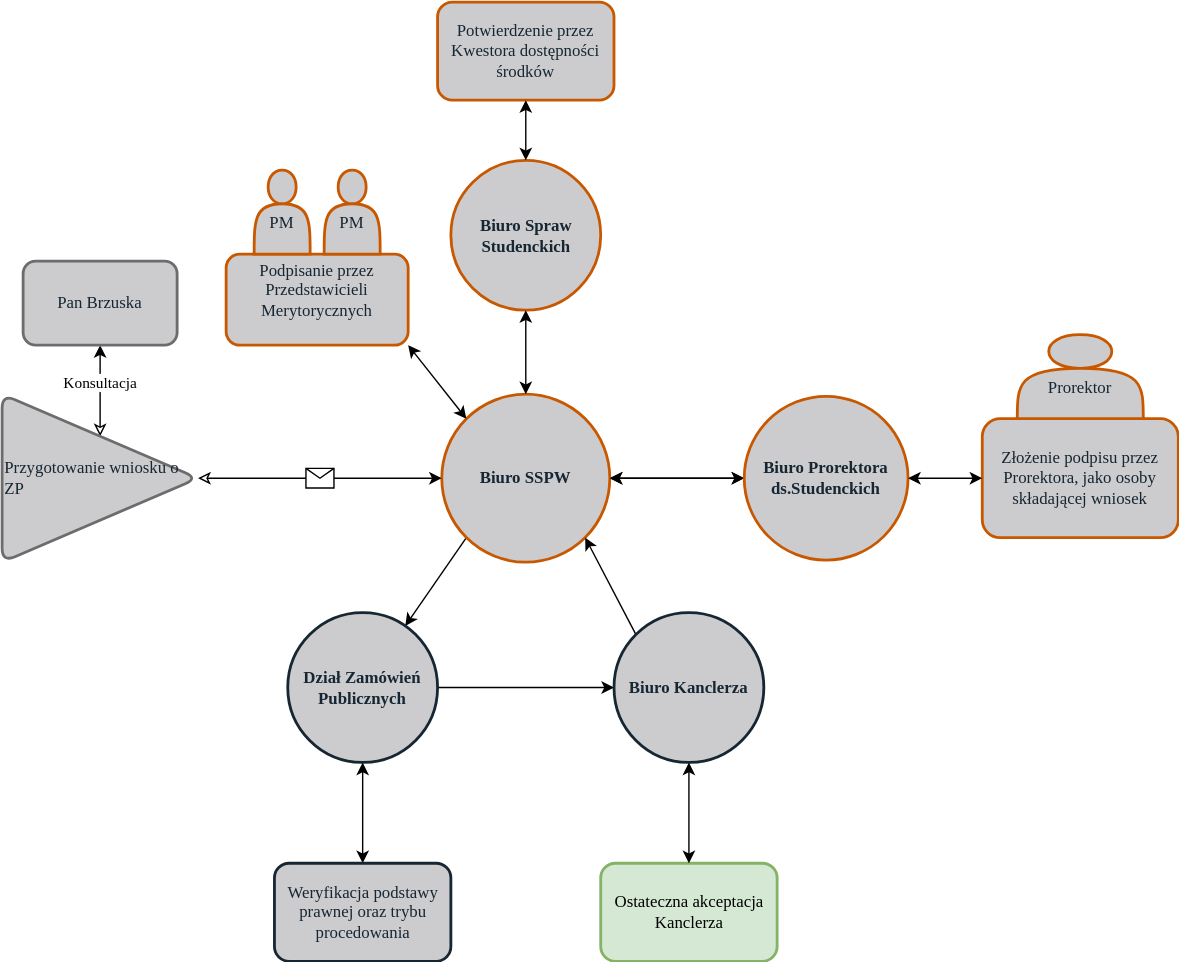
The draw.io diagram Rysunek ZP.svg in WelfareUnit/rysunki, before a commit. Source tidied: cells renumbered, new cells last; positions are measured from the earlier drawing's top-left corner, leaving out a move shared by most shapes. Its diagram source:
```xml
<mxGraphModel>
  <root>
    <mxCell id="0" />
    <mxCell id="1" parent="0" />
    <mxCell id="2" value="&lt;div style=&quot;font-size: 11px;&quot;&gt;Konsultacja&lt;/div&gt;" style="edgeStyle=orthogonalEdgeStyle;rounded=0;jettySize=auto;html=1;exitX=0.5;exitY=0;exitDx=0;exitDy=0;entryX=0.5;entryY=1;entryDx=0;entryDy=0;fontFamily=Verdana;startArrow=classic;startFill=0;fontSize=11;" parent="1" edge="1" source="3" target="7">
      <mxGeometry relative="1" as="geometry" />
    </mxCell>
    <mxCell id="3" value="Przygotowanie wniosku o ZP" style="triangle;whiteSpace=wrap;html=1;fontFamily=Verdana;align=left;strokeWidth=2;rounded=1;fillColor=#cccccf;strokeColor=#6C6C6C;fontColor=#162632;" parent="1" vertex="1">
      <mxGeometry y="280" width="140" height="120" as="geometry" />
    </mxCell>
    <mxCell id="4" style="edgeStyle=none;jettySize=auto;html=1;fontFamily=Verdana;fontSize=12;fontColor=#162632;startArrow=classic;" parent="1" edge="1" source="6" target="17">
      <mxGeometry relative="1" as="geometry" />
    </mxCell>
    <mxCell id="5" style="edgeStyle=none;jettySize=auto;html=1;exitX=0;exitY=1;exitDx=0;exitDy=0;fontFamily=Verdana;fontSize=12;fontColor=#162632;startArrow=none;startFill=0;" parent="1" edge="1" source="6" target="22">
      <mxGeometry relative="1" as="geometry" />
    </mxCell>
    <mxCell id="6" value="&lt;div style=&quot;font-size: 12px;&quot;&gt;Biuro SSPW&lt;br style=&quot;font-size: 12px;&quot;&gt;&lt;/div&gt;" style="ellipse;whiteSpace=wrap;html=1;rounded=1;fontFamily=Verdana;fontSize=12;strokeWidth=2;fillColor=#CCCCCF;align=center;strokeColor=#C85800;fontStyle=1;fontColor=#162632;" parent="1" vertex="1">
      <mxGeometry x="314" y="280" width="120" height="120" as="geometry" />
    </mxCell>
    <mxCell id="7" value="Pan Brzuska" style="rounded=1;whiteSpace=wrap;html=1;fontFamily=Verdana;fontSize=12;strokeColor=#6C6C6C;strokeWidth=2;fillColor=#CCCCCF;align=center;fontColor=#162632;" parent="1" vertex="1">
      <mxGeometry x="15" y="185" width="110" height="60" as="geometry" />
    </mxCell>
    <mxCell id="8" style="endArrow=classic;html=1;fontFamily=Verdana;fontSize=12;fontColor=#162632;exitX=1;exitY=0.5;exitDx=0;exitDy=0;entryX=0;entryY=0.5;entryDx=0;entryDy=0;startArrow=classic;startFill=0;" parent="1" edge="1" source="3" target="6">
      <mxGeometry relative="1" as="geometry" />
    </mxCell>
    <mxCell id="9" style="shape=message;html=1;" parent="8" vertex="1">
      <mxGeometry width="20" height="14" relative="1" as="geometry">
        <mxPoint x="-10" y="-7" as="offset" />
      </mxGeometry>
    </mxCell>
    <mxCell id="10" style="endArrow=classic;startArrow=classic;html=1;fontFamily=Verdana;fontSize=12;fontColor=#162632;entryX=1;entryY=1;entryDx=0;entryDy=0;exitX=0;exitY=0;exitDx=0;exitDy=0;" parent="1" edge="1" source="6" target="11">
      <mxGeometry relative="1" as="geometry" />
    </mxCell>
    <mxCell id="11" value="&#10;Podpisanie przez Przedstawicieli Merytorycznych&#10;&#10;" style="rounded=1;whiteSpace=wrap;html=1;fontFamily=Verdana;fontSize=12;fontColor=#162632;strokeWidth=2;fillColor=#CCCCCF;align=center;strokeColor=#C85800;labelPosition=center;verticalLabelPosition=middle;verticalAlign=middle;" parent="1" vertex="1">
      <mxGeometry x="160" y="180" width="130" height="65" as="geometry" />
    </mxCell>
    <mxCell id="12" style="endArrow=classic;startArrow=classic;html=1;fontFamily=Verdana;fontSize=12;fontColor=#162632;entryX=1;entryY=0.5;entryDx=0;entryDy=0;exitX=0;exitY=0.5;exitDx=0;exitDy=0;" parent="1" edge="1" source="17" target="6">
      <mxGeometry relative="1" as="geometry" />
    </mxCell>
    <mxCell id="13" value="Biuro Spraw Studenckich" style="ellipse;whiteSpace=wrap;html=1;rounded=1;fontFamily=Verdana;fontSize=12;fontColor=#162632;strokeColor=#C85800;strokeWidth=2;fillColor=#CCCCCF;align=center;fontStyle=1;" parent="1" vertex="1">
      <mxGeometry x="320.5" y="113" width="107" height="107" as="geometry" />
    </mxCell>
    <mxCell id="14" style="endArrow=classic;startArrow=classic;html=1;fontFamily=Verdana;fontSize=12;fontColor=#162632;exitX=0.5;exitY=0;exitDx=0;exitDy=0;entryX=0.5;entryY=1;entryDx=0;entryDy=0;" parent="1" edge="1" source="6" target="13">
      <mxGeometry relative="1" as="geometry" />
    </mxCell>
    <mxCell id="15" value="Potwierdzenie przez Kwestora dostępności środków" style="rounded=1;whiteSpace=wrap;html=1;fontFamily=Verdana;fontSize=12;fontColor=#162632;strokeColor=#C85800;strokeWidth=2;fillColor=#CCCCCF;align=center;" parent="1" vertex="1">
      <mxGeometry x="311" width="126" height="70" as="geometry" />
    </mxCell>
    <mxCell id="16" style="endArrow=classic;startArrow=classic;html=1;fontFamily=Verdana;fontSize=12;fontColor=#162632;exitX=0.5;exitY=0;exitDx=0;exitDy=0;entryX=0.5;entryY=1;entryDx=0;entryDy=0;" parent="1" edge="1" source="13" target="15">
      <mxGeometry relative="1" as="geometry" />
    </mxCell>
    <mxCell id="17" value="Biuro Prorektora ds.Studenckich" style="ellipse;whiteSpace=wrap;html=1;rounded=1;fontFamily=Verdana;fontSize=12;fontColor=#162632;strokeColor=#C85800;strokeWidth=2;fillColor=#CCCCCF;align=center;fontStyle=1;" parent="1" vertex="1">
      <mxGeometry x="530" y="281.5" width="117" height="117" as="geometry" />
    </mxCell>
    <mxCell id="18" value="Złożenie podpisu przez Prorektora, jako osoby składającej wniosek" style="rounded=1;whiteSpace=wrap;html=1;fontFamily=Verdana;fontSize=12;fontColor=#162632;strokeColor=#C85800;strokeWidth=2;fillColor=#CCCCCF;align=center;" parent="1" vertex="1">
      <mxGeometry x="700" y="297.5" width="140" height="85" as="geometry" />
    </mxCell>
    <mxCell id="19" style="endArrow=classic;startArrow=classic;html=1;fontFamily=Verdana;fontSize=12;fontColor=#162632;entryX=1;entryY=0.5;entryDx=0;entryDy=0;exitX=0;exitY=0.5;exitDx=0;exitDy=0;" parent="1" edge="1" source="18" target="17">
      <mxGeometry relative="1" as="geometry" />
    </mxCell>
    <mxCell id="20" value="&lt;div&gt;&lt;br&gt;&lt;/div&gt;&lt;div&gt;Prorektor&lt;/div&gt;" style="shape=actor;whiteSpace=wrap;html=1;rounded=1;fontFamily=Verdana;fontSize=12;fontColor=#162632;strokeColor=#C85800;strokeWidth=2;fillColor=#CCCCCF;align=center;" parent="1" vertex="1">
      <mxGeometry x="725" y="237.5" width="90" height="60" as="geometry" />
    </mxCell>
    <mxCell id="21" style="edgeStyle=none;jettySize=auto;html=1;exitX=1;exitY=0.5;exitDx=0;exitDy=0;entryX=0;entryY=0.5;entryDx=0;entryDy=0;fontFamily=Verdana;fontSize=12;fontColor=#162632;startArrow=none;startFill=0;" parent="1" edge="1" source="22" target="24">
      <mxGeometry relative="1" as="geometry" />
    </mxCell>
    <mxCell id="22" value="Dział Zamówień Publicznych" style="ellipse;whiteSpace=wrap;html=1;rounded=1;fontFamily=Verdana;fontSize=12;fontColor=#162632;strokeWidth=2;fillColor=#CCCCCF;align=center;fontStyle=1;strokeColor=#162632;" parent="1" vertex="1">
      <mxGeometry x="204" y="436" width="107" height="107" as="geometry" />
    </mxCell>
    <mxCell id="23" style="edgeStyle=none;jettySize=auto;html=1;exitX=0;exitY=0;exitDx=0;exitDy=0;entryX=1;entryY=1;entryDx=0;entryDy=0;fontFamily=Verdana;fontSize=12;fontColor=#162632;startArrow=none;startFill=0;" parent="1" edge="1" source="24" target="6">
      <mxGeometry relative="1" as="geometry" />
    </mxCell>
    <mxCell id="24" value="Biuro Kanclerza" style="ellipse;whiteSpace=wrap;html=1;rounded=1;fontFamily=Verdana;fontSize=12;fontColor=#162632;strokeWidth=2;fillColor=#CCCCCF;align=center;fontStyle=1;strokeColor=#162632;" parent="1" vertex="1">
      <mxGeometry x="437" y="436" width="107" height="107" as="geometry" />
    </mxCell>
    <mxCell id="25" value="&lt;div&gt;&lt;br&gt;&lt;/div&gt;&lt;div&gt;PM&lt;/div&gt;" style="shape=actor;whiteSpace=wrap;html=1;rounded=1;fontFamily=Verdana;fontSize=12;fontColor=#162632;strokeColor=#C85800;strokeWidth=2;fillColor=#CCCCCF;align=center;" parent="1" vertex="1">
      <mxGeometry x="230" y="120" width="40" height="60" as="geometry" />
    </mxCell>
    <mxCell id="26" value="&lt;div&gt;&lt;br&gt;&lt;/div&gt;&lt;div&gt;PM&lt;/div&gt;" style="shape=actor;whiteSpace=wrap;html=1;rounded=1;fontFamily=Verdana;fontSize=12;fontColor=#162632;strokeColor=#C85800;strokeWidth=2;fillColor=#CCCCCF;align=center;" parent="1" vertex="1">
      <mxGeometry x="180" y="120" width="40" height="60" as="geometry" />
    </mxCell>
    <mxCell id="27" value="Ostateczna akceptacja Kanclerza" style="rounded=1;whiteSpace=wrap;html=1;fontFamily=Verdana;fontSize=12;strokeColor=#82b366;strokeWidth=2;fillColor=#d5e8d4;align=center;" parent="1" vertex="1">
      <mxGeometry x="427.5" y="615" width="126" height="70" as="geometry" />
    </mxCell>
    <mxCell id="28" style="endArrow=classic;startArrow=classic;html=1;fontFamily=Verdana;fontSize=12;fontColor=#162632;exitX=0.5;exitY=1;exitDx=0;exitDy=0;entryX=0.5;entryY=0;entryDx=0;entryDy=0;" parent="1" edge="1" source="22" target="29">
      <mxGeometry relative="1" as="geometry" />
    </mxCell>
    <mxCell id="29" value="Weryfikacja podstawy prawnej oraz trybu procedowania" style="rounded=1;whiteSpace=wrap;html=1;fontFamily=Verdana;fontSize=12;fontColor=#162632;strokeWidth=2;fillColor=#CCCCCF;align=center;strokeColor=#162632;" parent="1" vertex="1">
      <mxGeometry x="194.5" y="615" width="126" height="70" as="geometry" />
    </mxCell>
    <mxCell id="30" style="endArrow=classic;startArrow=classic;html=1;fontFamily=Verdana;fontSize=12;fontColor=#162632;exitX=0.5;exitY=1;exitDx=0;exitDy=0;entryX=0.5;entryY=0;entryDx=0;entryDy=0;" parent="1" edge="1" source="24" target="27">
      <mxGeometry relative="1" as="geometry" />
    </mxCell>
  </root>
</mxGraphModel>
```
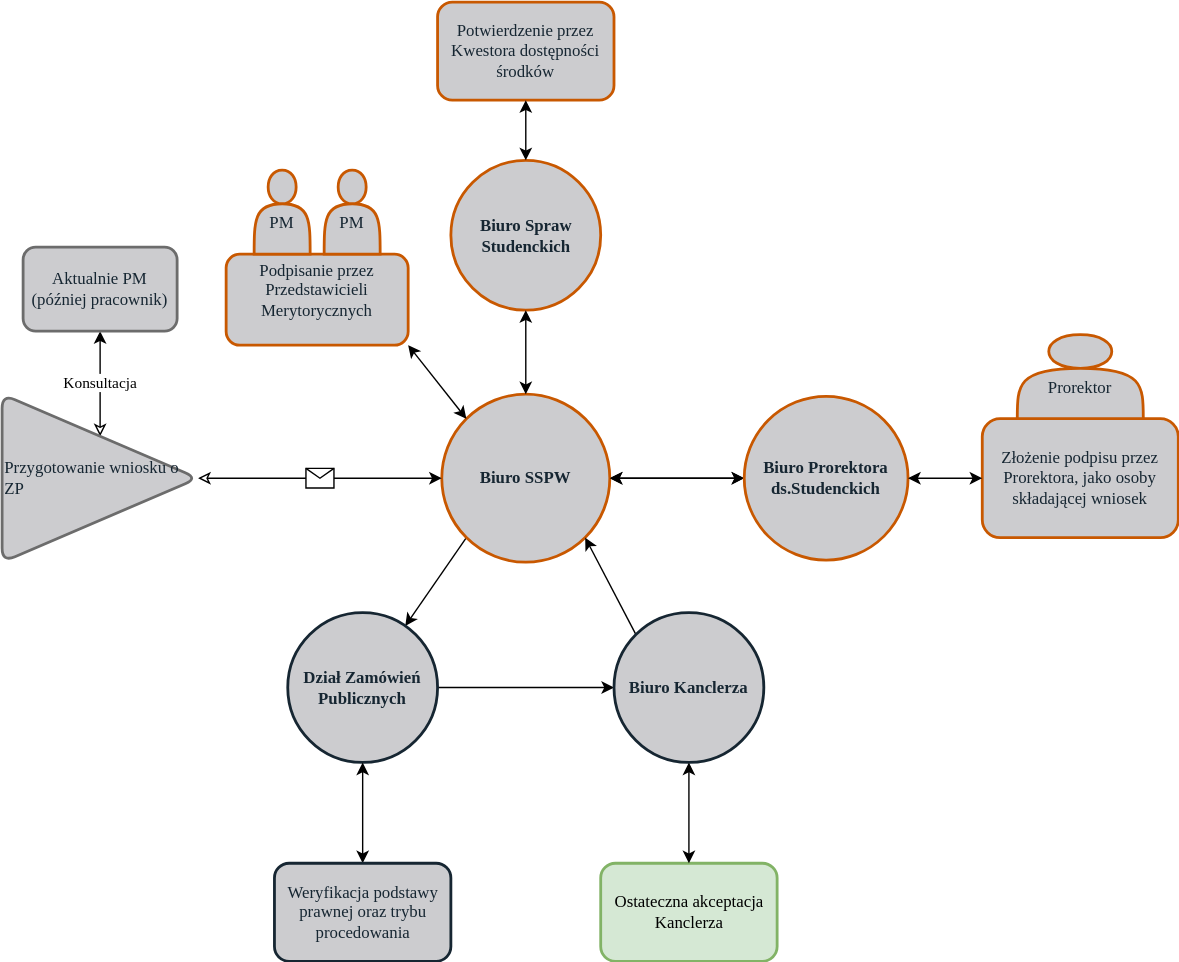
The same diagram one commit later.

The edit, as a diff of the source:
```diff
@@ -17,8 +17,8 @@
     <mxCell id="6" value="&lt;div style=&quot;font-size: 12px;&quot;&gt;Biuro SSPW&lt;br style=&quot;font-size: 12px;&quot;&gt;&lt;/div&gt;" style="ellipse;whiteSpace=wrap;html=1;rounded=1;fontFamily=Verdana;fontSize=12;strokeWidth=2;fillColor=#CCCCCF;align=center;strokeColor=#C85800;fontStyle=1;fontColor=#162632;" parent="1" vertex="1">
       <mxGeometry x="314" y="280" width="120" height="120" as="geometry" />
     </mxCell>
-    <mxCell id="7" value="Pan Brzuska" style="rounded=1;whiteSpace=wrap;html=1;fontFamily=Verdana;fontSize=12;strokeColor=#6C6C6C;strokeWidth=2;fillColor=#CCCCCF;align=center;fontColor=#162632;" parent="1" vertex="1">
-      <mxGeometry x="15" y="185" width="110" height="60" as="geometry" />
+    <mxCell id="7" value="Aktualnie PM&lt;br/&gt;(później pracownik)" style="rounded=1;whiteSpace=wrap;html=1;fontFamily=Verdana;fontSize=12;strokeColor=#6C6C6C;strokeWidth=2;fillColor=#CCCCCF;align=center;fontColor=#162632;" parent="1" vertex="1">
+      <mxGeometry x="15" y="175" width="110" height="60" as="geometry" />
     </mxCell>
     <mxCell id="8" style="endArrow=classic;html=1;fontFamily=Verdana;fontSize=12;fontColor=#162632;exitX=1;exitY=0.5;exitDx=0;exitDy=0;entryX=0;entryY=0.5;entryDx=0;entryDy=0;startArrow=classic;startFill=0;" parent="1" edge="1" source="3" target="6">
       <mxGeometry relative="1" as="geometry" />
```
